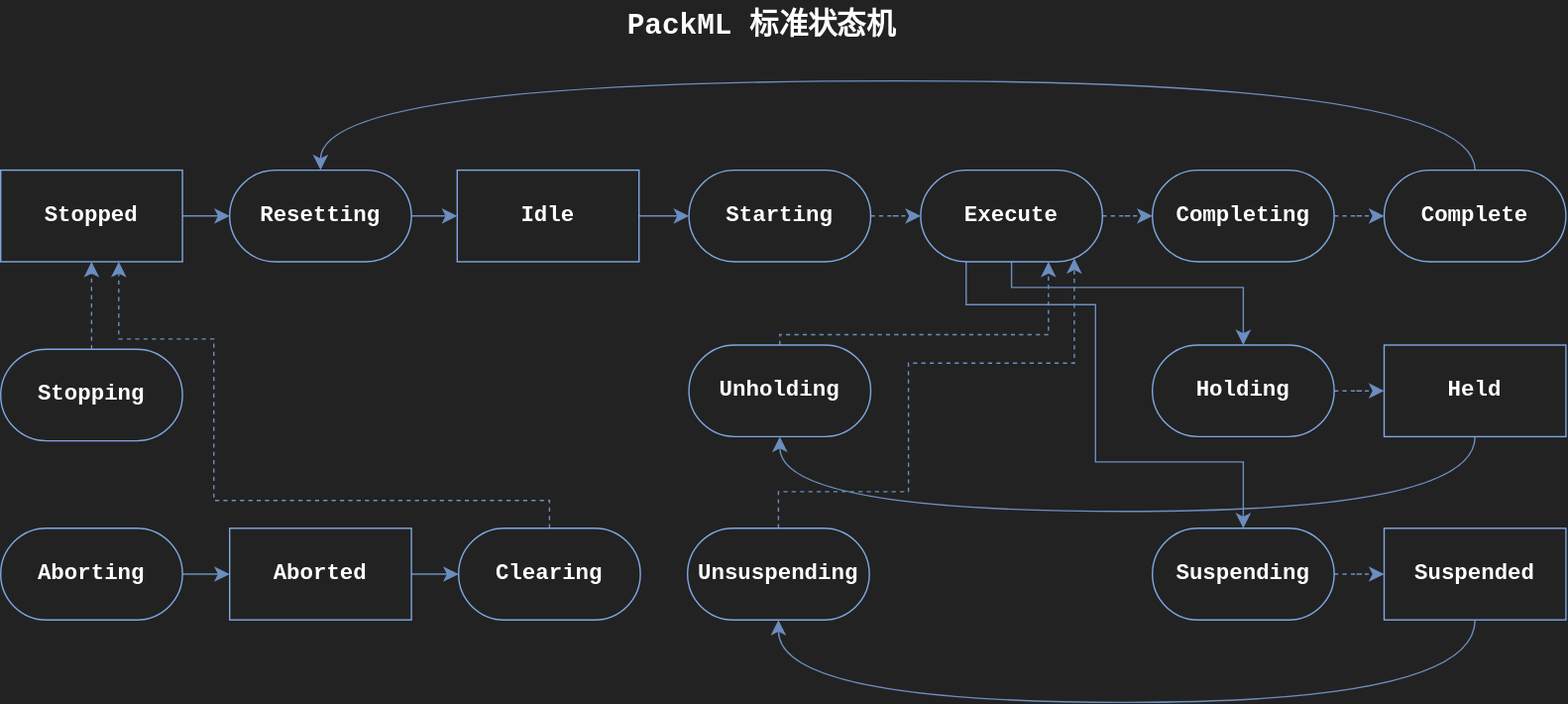
Above: drawio/PackMLState.svg in Stolorzs/Picgo (draw.io), before the change. Source tidied: cells renumbered, new cells last; positions are measured from the earlier drawing's top-left corner, leaving out a move shared by most shapes.
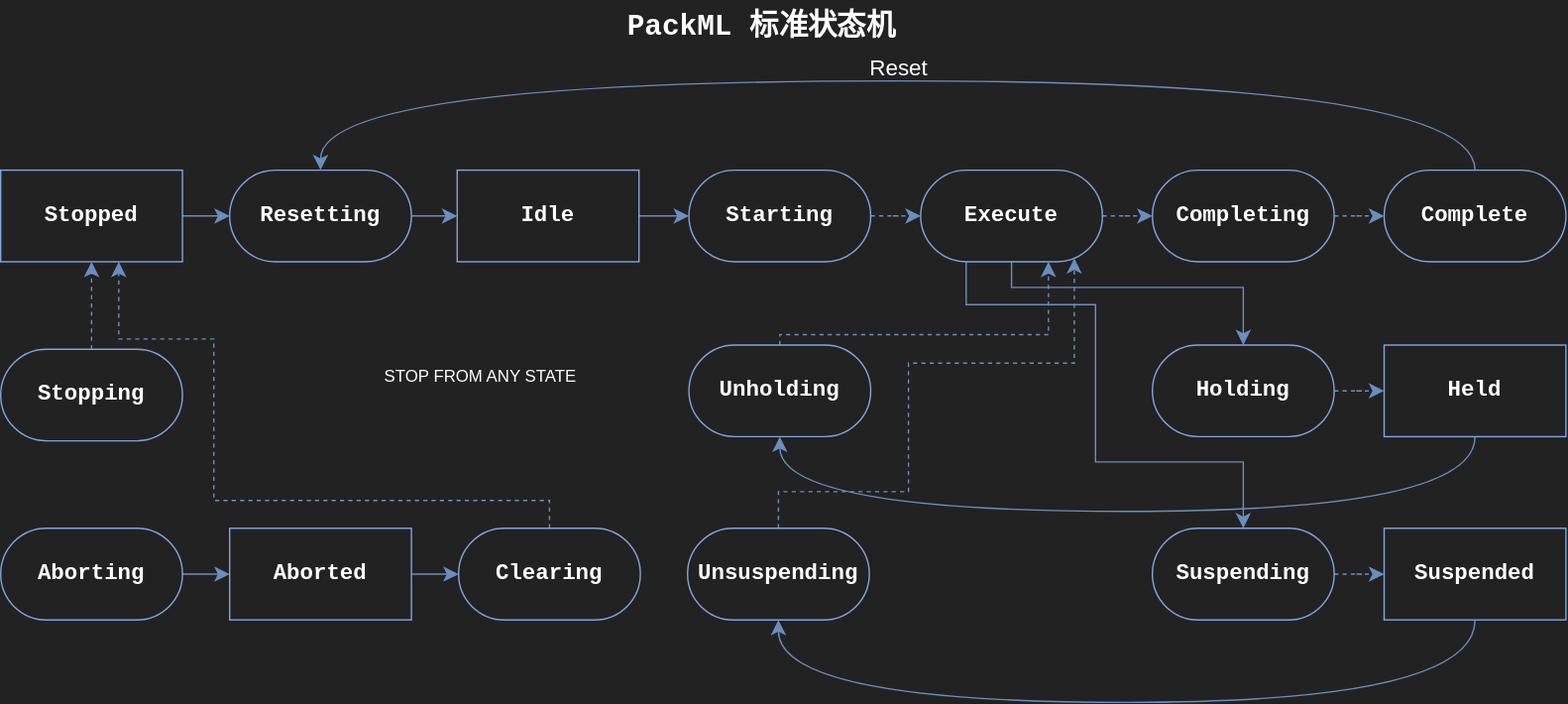
Above is the later version.

Diff of the diagram source:
```diff
@@ -64,6 +64,11 @@
         </Array>
       </mxGeometry>
     </mxCell>
+    <mxCell id="40" value="Reset" style="edgeLabel;html=1;align=center;verticalAlign=middle;inheritText=fontFamily,fontStyle,textOpacity,labelBorderColor,labelBorderWidth,labelPadding;fontSize=16;fontColor=#FFFFFF;labelBackgroundColor=none;" parent="16" vertex="1">
+      <mxGeometry x="0.02" y="4" relative="1" as="geometry">
+        <mxPoint x="8" y="-14" as="offset" />
+      </mxGeometry>
+    </mxCell>
     <mxCell id="17" value="&lt;div&gt;&lt;font color=&quot;#ffffff&quot;&gt;&lt;span style=&quot;font-size: 16px;&quot;&gt;Complete&lt;/span&gt;&lt;/font&gt;&lt;/div&gt;" style="rounded=1;whiteSpace=wrap;html=1;strokeColor=#7EA6E0;align=center;verticalAlign=middle;fontFamily=Courier New;fontSize=12;fontColor=default;fontStyle=1;labelBackgroundColor=none;fillColor=none;roundedPerimeter=1;arcSize=50;" parent="1" vertex="1">
       <mxGeometry x="997" y="122" width="131" height="66" as="geometry" />
     </mxCell>
@@ -164,5 +169,8 @@
     <mxCell id="39" value="&lt;font color=&quot;#ffffff&quot;&gt;&lt;span style=&quot;font-size: 21px;&quot;&gt;PackML 标准状态机&lt;/span&gt;&lt;/font&gt;" style="text;html=1;align=center;verticalAlign=middle;strokeColor=none;fillColor=none;fontSize=12;fontFamily=Courier New;fontColor=default;fontStyle=1;labelBackgroundColor=none;" parent="1" vertex="1">
       <mxGeometry x="442" width="211" height="37" as="geometry" />
     </mxCell>
+    <mxCell id="41" value="STOP FROM ANY STATE" style="text;html=1;whiteSpace=wrap;strokeColor=none;fillColor=none;align=center;verticalAlign=middle;rounded=0;fontColor=#FFFFFF;" parent="1" vertex="1">
+      <mxGeometry x="272" y="256" width="148" height="30" as="geometry" />
+    </mxCell>
   </root>
 </mxGraphModel>
```
